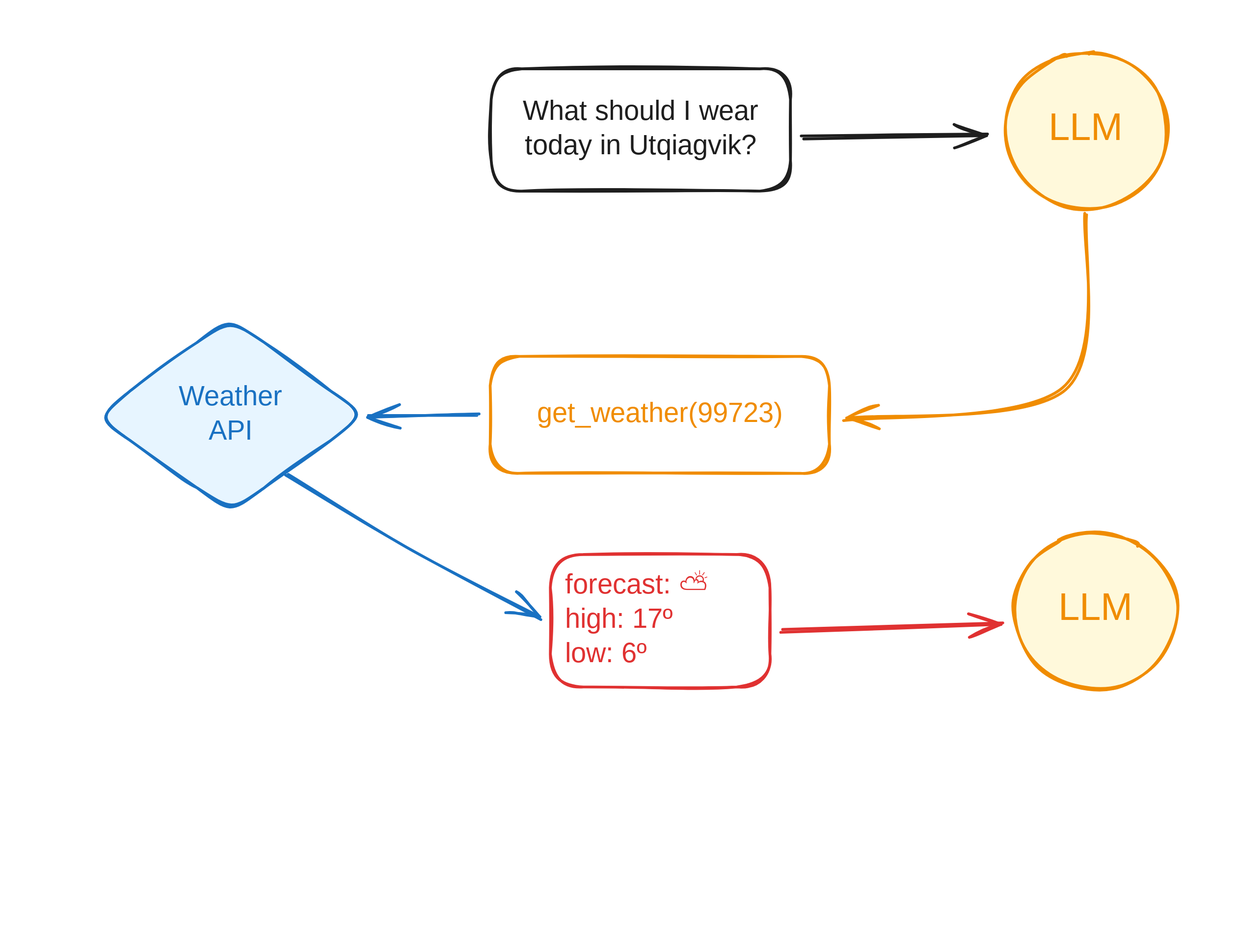
The Excalidraw diagram website/slides/assets/tools-diagram-05.excalidraw.svg in skaltman/r-pharma-llm, before a commit. Source tidied: one line per element, renumbered; positions are measured from the earlier drawing's top-left corner, leaving out a move shared by most shapes.
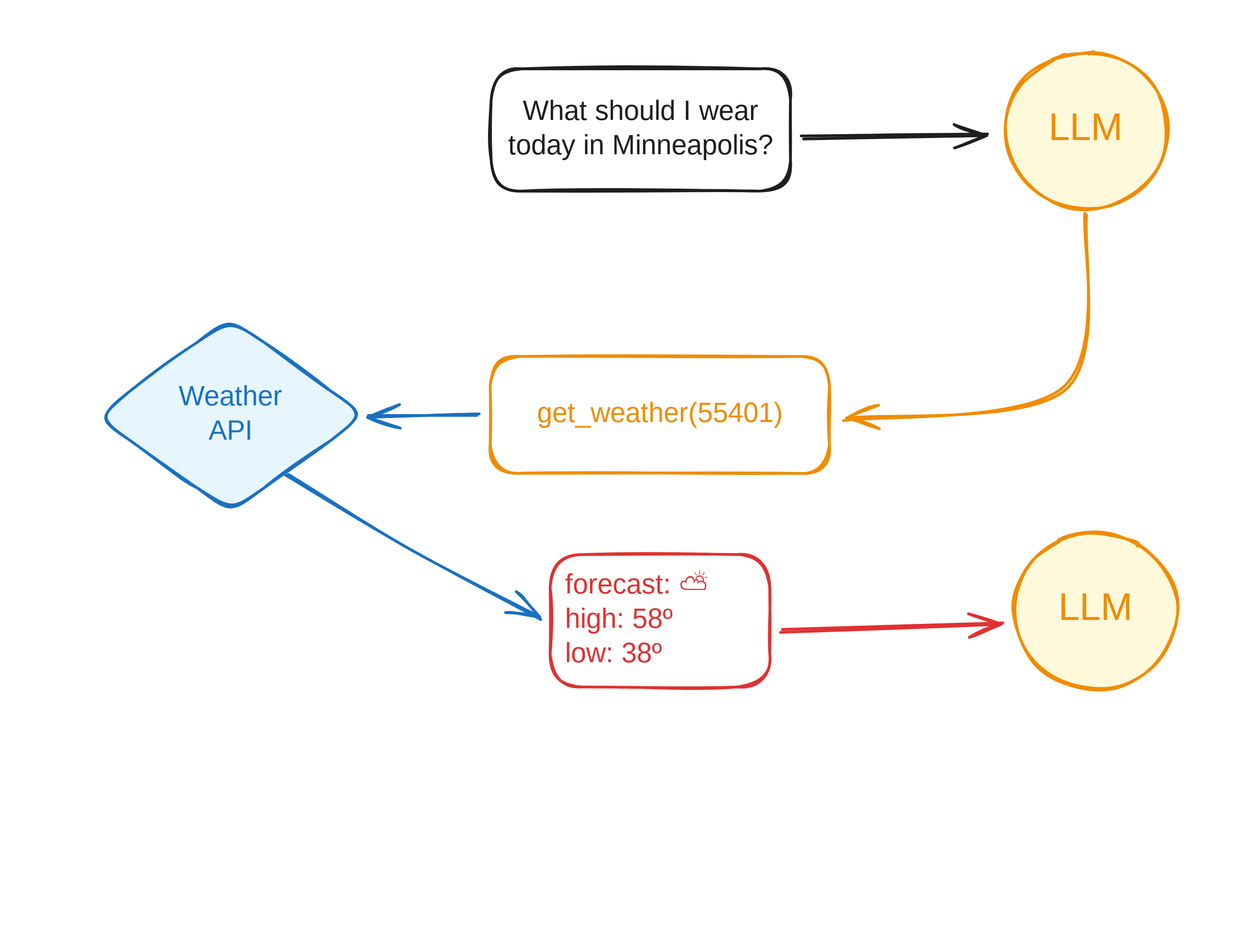
After the commit.

The edit, as a diff of the source:
```diff
@@ -1,16 +1,16 @@
 {"id": 0, "type": "rectangle", "strokeColor": "#1e1e1e", "strokeWidth": 2, "roughness": 1, "round": true, "x": 347, "y": 40, "width": 218, "height": 89}
-{"id": 1, "type": "text", "text": "What should I wear\ntoday in Utqiagvik?", "strokeColor": "#1e1e1e", "strokeWidth": 2, "roughness": 1, "fontSize": 20, "fontFamily": 5, "textAlign": "center", "verticalAlign": "middle", "inside": 0, "x": 361, "y": 60, "width": 191, "height": 50}
+{"id": 1, "type": "text", "text": "What should I wear\ntoday in Minneapolis?", "strokeColor": "#1e1e1e", "strokeWidth": 2, "roughness": 1, "fontSize": 20, "fontFamily": 5, "textAlign": "center", "verticalAlign": "middle", "inside": 0, "x": 354, "y": 60, "width": 204, "height": 50}
 {"id": 2, "type": "ellipse", "strokeColor": "#f08c00", "backgroundColor": "#fff9db", "fillStyle": "solid", "strokeWidth": 2, "roughness": 1, "round": true, "x": 721, "y": 28, "width": 119, "height": 114}
 {"id": 3, "type": "text", "text": "LLM", "strokeColor": "#f08c00", "backgroundColor": "#ffec99", "fillStyle": "solid", "strokeWidth": 2, "roughness": 1, "fontSize": 28, "fontFamily": 5, "textAlign": "center", "verticalAlign": "middle", "inside": 2, "x": 754, "y": 67, "width": 52, "height": 35}
 {"id": 4, "type": "arrow", "strokeColor": "#1e1e1e", "backgroundColor": "#b2f2bb", "fillStyle": "solid", "strokeWidth": 2, "roughness": 1, "endArrowhead": "arrow", "round": true, "from": 0, "to": 2, "x": 574, "y": 90, "width": 134, "height": 2, "points": [[0, 0], [134, -2]]}
 {"id": 5, "type": "arrow", "strokeColor": "#f08c00", "backgroundColor": "#b2f2bb", "fillStyle": "solid", "strokeWidth": 2, "roughness": 1, "endArrowhead": "arrow", "round": true, "from": 2, "to": 6, "x": 781, "y": 146, "width": 176, "height": 148, "points": [[0, 0], [-16, 126], [-176, 148]]}
 {"id": 6, "type": "rectangle", "strokeColor": "#f08c00", "strokeWidth": 2, "roughness": 1, "round": true, "x": 347, "y": 249, "width": 247, "height": 85}
-{"id": 7, "type": "text", "text": "get_weather(99723)", "strokeColor": "#f08c00", "strokeWidth": 2, "roughness": 1, "fontSize": 20, "fontFamily": 5, "textAlign": "center", "verticalAlign": "middle", "inside": 6, "x": 369, "y": 279, "width": 203, "height": 25}
+{"id": 7, "type": "text", "text": "get_weather(55401)", "strokeColor": "#f08c00", "strokeWidth": 2, "roughness": 1, "fontSize": 20, "fontFamily": 5, "textAlign": "center", "verticalAlign": "middle", "inside": 6, "x": 371, "y": 279, "width": 199, "height": 25}
 {"id": 8, "type": "arrow", "strokeColor": "#1971c2", "strokeWidth": 2, "roughness": 1, "endArrowhead": "arrow", "round": true, "from": 6, "to": 9, "x": 338, "y": 292, "width": 81, "height": 0, "points": [[0, 0], [-81, 0]]}
 {"id": 9, "type": "diamond", "strokeColor": "#1971c2", "backgroundColor": "#e7f5ff", "fillStyle": "solid", "strokeWidth": 2, "roughness": 1, "round": true, "x": 60, "y": 221, "width": 196, "height": 141}
 {"id": 10, "type": "text", "text": "Weather\nAPI", "strokeColor": "#1971c2", "backgroundColor": "#e7f5ff", "fillStyle": "solid", "strokeWidth": 2, "roughness": 1, "fontSize": 20, "fontFamily": 5, "textAlign": "center", "verticalAlign": "middle", "inside": 9, "x": 118, "y": 267, "width": 79, "height": 50}
 {"id": 11, "type": "rectangle", "strokeColor": "#e03131", "strokeWidth": 2, "roughness": 1, "round": true, "x": 390, "y": 393, "width": 160, "height": 96}
-{"id": 12, "type": "text", "text": " forecast: ⛅\n high: 17º\n low: 6º", "strokeColor": "#e03131", "strokeWidth": 2, "roughness": 1, "fontSize": 20, "fontFamily": 5, "verticalAlign": "middle", "inside": 11, "x": 395, "y": 404, "width": 127, "height": 75}
+{"id": 12, "type": "text", "text": " forecast: ⛅\n high: 58º\n low: 38º", "strokeColor": "#e03131", "strokeWidth": 2, "roughness": 1, "fontSize": 20, "fontFamily": 5, "verticalAlign": "middle", "inside": 11, "x": 395, "y": 404, "width": 127, "height": 75}
 {"id": 13, "type": "arrow", "strokeColor": "#1971c2", "strokeWidth": 2, "roughness": 1, "endArrowhead": "arrow", "round": true, "from": 9, "to": 11, "x": 198, "y": 335, "width": 185, "height": 105, "points": [[0, 0], [87, 53], [185, 105]]}
 {"id": 14, "type": "ellipse", "strokeColor": "#f08c00", "backgroundColor": "#fff9db", "fillStyle": "solid", "strokeWidth": 2, "roughness": 1, "round": true, "x": 728, "y": 377, "width": 119, "height": 114}
 {"id": 15, "type": "text", "text": "LLM", "strokeColor": "#f08c00", "backgroundColor": "#ffec99", "fillStyle": "solid", "strokeWidth": 2, "roughness": 1, "fontSize": 28, "fontFamily": 5, "textAlign": "center", "verticalAlign": "middle", "inside": 14, "x": 761, "y": 416, "width": 52, "height": 35}
```
